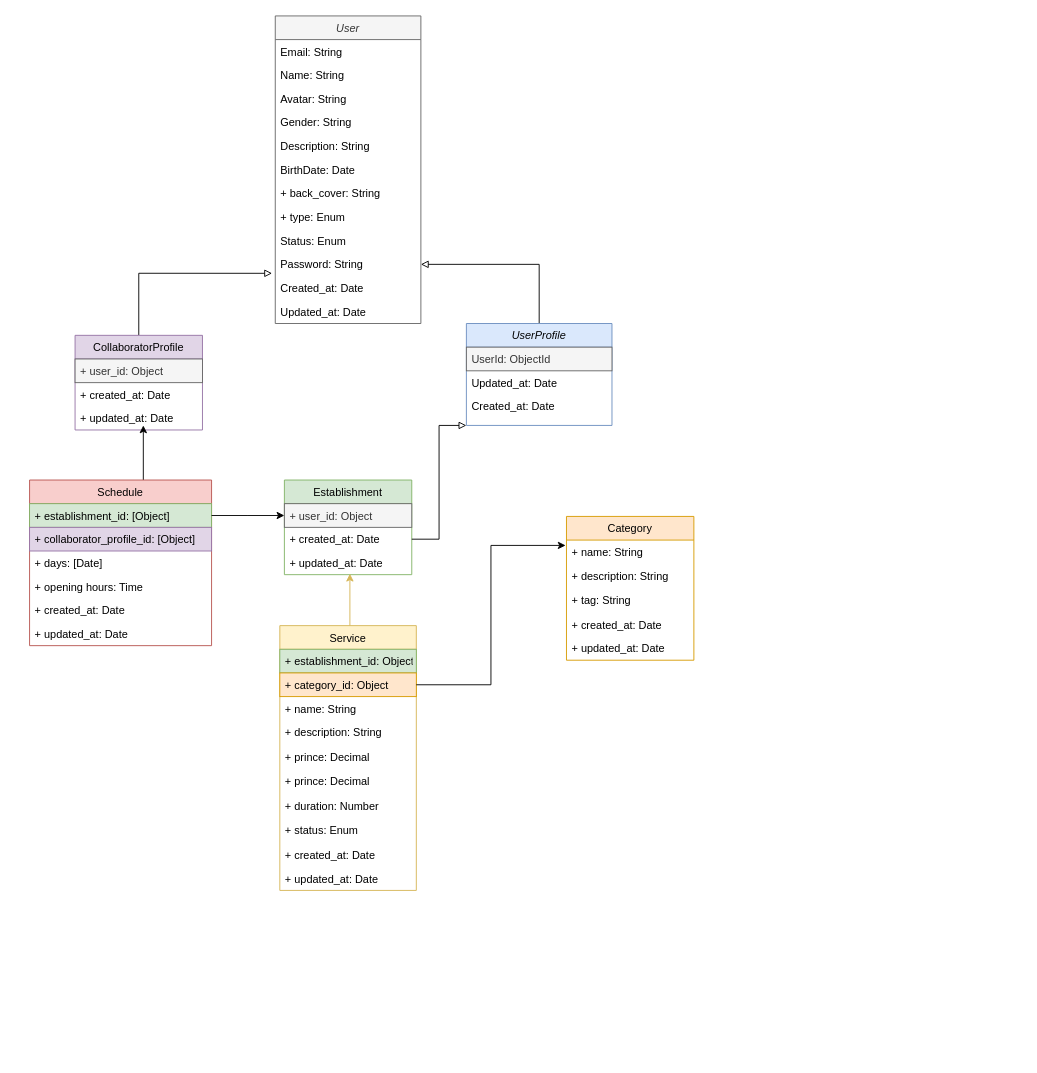
WelderFernandes/combinedBackEnd keeps this draw.io diagram as Untitled Diagram.drawio. Above is the earlier version. Source tidied: cells renumbered, new cells numbered last; positions are measured from the earlier drawing's top-left corner, leaving out a move shared by most shapes. Both pictures are drawn from the tidied source at 91%, with x=0, y=0 at pixel (15, 15).
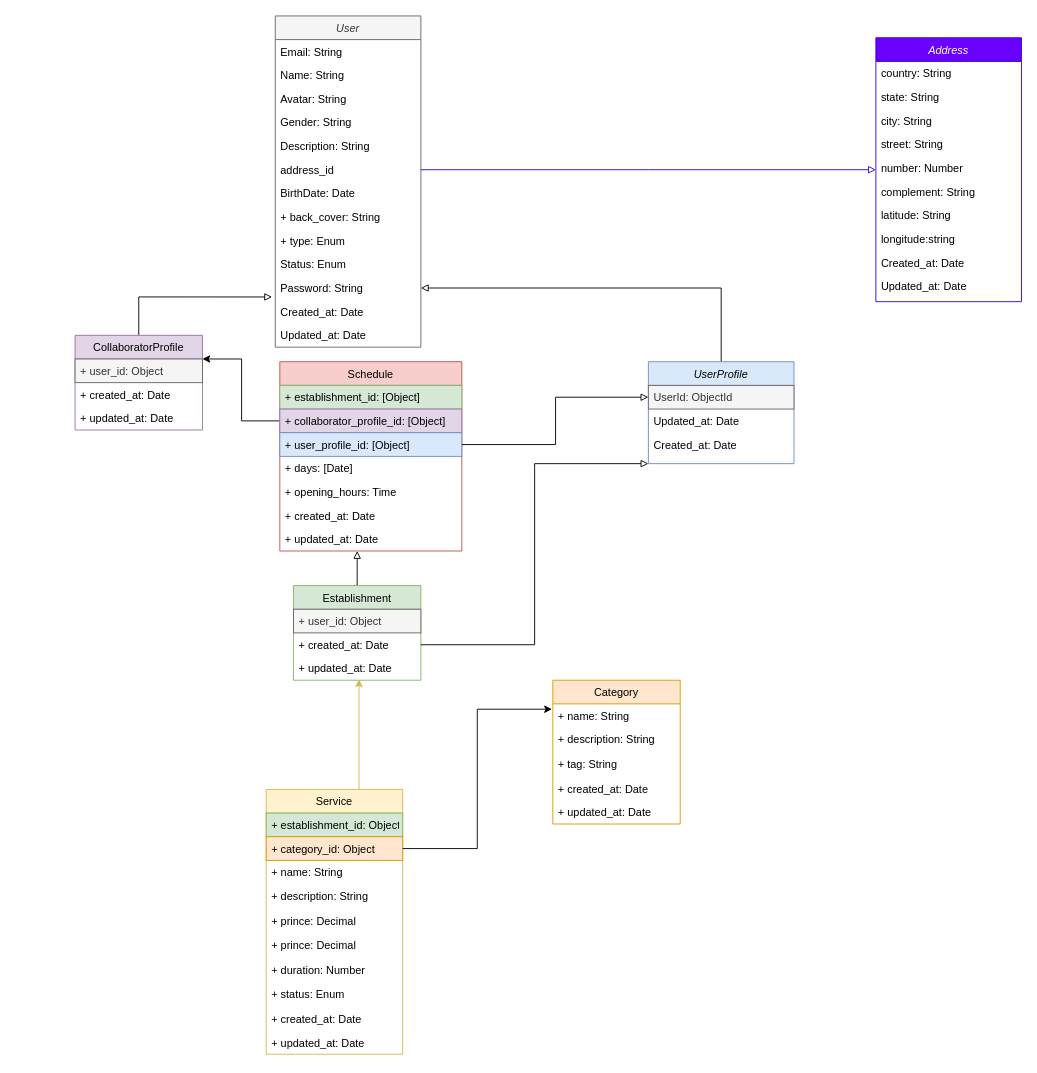
Above is the later version.

Unchanged cells that the change refers to:
```xml
<mxCell id="17" value="UserId: ObjectId" style="text;align=left;verticalAlign=top;spacingLeft=4;spacingRight=4;overflow=hidden;points=[[0,0.5],[1,0.5]];portConstraint=eastwest;rounded=0;shadow=0;html=0;fillColor=#f5f5f5;strokeColor=#666666;fontColor=#333333;" parent="16" vertex="1">
  <mxGeometry y="26" width="160" height="26" as="geometry" />
</mxCell>
<mxCell id="21" value="CollaboratorProfile" style="swimlane;fontStyle=0;horizontal=1;startSize=26;fillColor=#e1d5e7;strokeColor=#9673a6;" parent="1" vertex="1">
  <mxGeometry x="65" y="351" width="140" height="104" as="geometry" />
</mxCell>
<mxCell id="24" value="+ updated_at: Date" style="text;strokeColor=none;fillColor=none;align=left;verticalAlign=top;spacingLeft=4;spacingRight=4;overflow=hidden;points=[[0,0.5],[1,0.5]];portConstraint=eastwest;" parent="21" vertex="1">
  <mxGeometry y="78" width="140" height="26" as="geometry" />
</mxCell>
<mxCell id="26" value="+ user_id: Object" style="text;strokeColor=#666666;fillColor=#f5f5f5;align=left;verticalAlign=top;spacingLeft=4;spacingRight=4;overflow=hidden;points=[[0,0.5],[1,0.5]];portConstraint=eastwest;fontColor=#333333;" parent="25" vertex="1">
  <mxGeometry y="26" width="140" height="26" as="geometry" />
</mxCell>
<mxCell id="51" value="+ establishment_id: [Object]" style="text;strokeColor=#82b366;fillColor=#d5e8d4;align=left;verticalAlign=top;spacingLeft=4;spacingRight=4;overflow=hidden;points=[[0,0.5],[1,0.5]];portConstraint=eastwest;" parent="50" vertex="1">
  <mxGeometry y="26" width="200" height="26" as="geometry" />
</mxCell>
<mxCell id="52" value="+ collaborator_profile_id: [Object]" style="text;strokeColor=#9673a6;fillColor=#e1d5e7;align=left;verticalAlign=top;spacingLeft=4;spacingRight=4;overflow=hidden;points=[[0,0.5],[1,0.5]];portConstraint=eastwest;" parent="50" vertex="1">
  <mxGeometry y="52" width="200" height="26" as="geometry" />
</mxCell>
```

The edit, as a diff of the source:
```diff
@@
     <mxCell id="2" value="User" style="swimlane;fontStyle=2;align=center;verticalAlign=top;horizontal=1;startSize=26;rounded=0;shadow=0;strokeWidth=1;fillColor=#f5f5f5;strokeColor=#666666;fontColor=#333333;" parent="1" vertex="1">
-      <mxGeometry x="285" width="160" height="338" as="geometry" />
+      <mxGeometry x="285" width="160" height="364" as="geometry" />
     </mxCell>
@@
+    <mxCell id="59" value="address_id" style="text;align=left;verticalAlign=top;spacingLeft=4;spacingRight=4;overflow=hidden;points=[[0,0.5],[1,0.5]];portConstraint=eastwest;" parent="2" vertex="1">
+      <mxGeometry y="156" width="160" height="26" as="geometry" />
+    </mxCell>
     <mxCell id="8" value="BirthDate: Date" style="text;align=left;verticalAlign=top;spacingLeft=4;spacingRight=4;overflow=hidden;rounded=0;shadow=0;html=0;" parent="2" vertex="1">
-      <mxGeometry y="156" width="160" height="26" as="geometry" />
+      <mxGeometry y="182" width="160" height="26" as="geometry" />
     </mxCell>
     <mxCell id="9" value="+ back_cover: String" style="text;strokeColor=none;fillColor=none;align=left;verticalAlign=top;spacingLeft=4;spacingRight=4;overflow=hidden;" parent="2" vertex="1">
-      <mxGeometry y="182" width="160" height="26" as="geometry" />
+      <mxGeometry y="208" width="160" height="26" as="geometry" />
     </mxCell>
     <mxCell id="10" value="+ type: Enum" style="text;strokeColor=none;fillColor=none;align=left;verticalAlign=top;spacingLeft=4;spacingRight=4;overflow=hidden;" parent="2" vertex="1">
-      <mxGeometry y="208" width="160" height="26" as="geometry" />
+      <mxGeometry y="234" width="160" height="26" as="geometry" />
     </mxCell>
     <mxCell id="11" value="Status: Enum" style="text;align=left;verticalAlign=top;spacingLeft=4;spacingRight=4;overflow=hidden;rounded=0;shadow=0;html=0;" parent="2" vertex="1">
-      <mxGeometry y="234" width="160" height="26" as="geometry" />
+      <mxGeometry y="260" width="160" height="26" as="geometry" />
     </mxCell>
     <mxCell id="12" value="Password: String" style="text;align=left;verticalAlign=top;spacingLeft=4;spacingRight=4;overflow=hidden;points=[[0,0.5],[1,0.5]];portConstraint=eastwest;rounded=0;shadow=0;html=0;" parent="2" vertex="1">
-      <mxGeometry y="260" width="160" height="26" as="geometry" />
+      <mxGeometry y="286" width="160" height="26" as="geometry" />
     </mxCell>
     <mxCell id="13" value="Created_at: Date" style="text;align=left;verticalAlign=top;spacingLeft=4;spacingRight=4;overflow=hidden;rounded=0;shadow=0;html=0;" parent="2" vertex="1">
-      <mxGeometry y="286" width="160" height="26" as="geometry" />
+      <mxGeometry y="312" width="160" height="26" as="geometry" />
     </mxCell>
     <mxCell id="14" value="Updated_at: Date" style="text;align=left;verticalAlign=top;spacingLeft=4;spacingRight=4;overflow=hidden;rounded=0;shadow=0;html=0;" parent="2" vertex="1">
-      <mxGeometry y="312" width="160" height="26" as="geometry" />
+      <mxGeometry y="338" width="160" height="26" as="geometry" />
     </mxCell>
@@
     <mxCell id="16" value="UserProfile" style="swimlane;fontStyle=2;align=center;verticalAlign=top;horizontal=1;startSize=26;rounded=0;shadow=0;strokeWidth=1;fillColor=#dae8fc;strokeColor=#6c8ebf;" parent="1" vertex="1">
-      <mxGeometry x="495" y="338" width="160" height="112" as="geometry" />
+      <mxGeometry x="695" y="380" width="160" height="112" as="geometry" />
     </mxCell>
@@
+    <mxCell id="60" style="edgeStyle=elbowEdgeStyle;rounded=0;jettySize=auto;html=1;startArrow=none;startFill=0;endArrow=block;endFill=0;" parent="1" edge="1" source="25" target="56">
+      <mxGeometry relative="1" as="geometry" />
+    </mxCell>
     <mxCell id="25" value="Establishment" style="swimlane;fontStyle=0;horizontal=1;startSize=26;fillColor=#d5e8d4;strokeColor=#82b366;" parent="1" vertex="1">
-      <mxGeometry x="295" y="510" width="140" height="104" as="geometry" />
+      <mxGeometry x="305" y="626" width="140" height="104" as="geometry" />
     </mxCell>
@@
     <mxCell id="29" value="Category" style="swimlane;fontStyle=0;horizontal=1;startSize=26;fillColor=#ffe6cc;strokeColor=#d79b00;" parent="1" vertex="1">
-      <mxGeometry x="605" y="550" width="140" height="158" as="geometry" />
+      <mxGeometry x="590" y="730" width="140" height="158" as="geometry" />
     </mxCell>
@@
     <mxCell id="36" value="Service" style="swimlane;fontStyle=0;horizontal=1;startSize=26;fillColor=#fff2cc;strokeColor=#d6b656;" parent="1" vertex="1">
-      <mxGeometry x="290" y="670" width="150" height="291" as="geometry" />
+      <mxGeometry x="275" y="850" width="150" height="291" as="geometry" />
     </mxCell>
@@
-    <mxCell id="49" style="edgeStyle=elbowEdgeStyle;rounded=0;jettySize=auto;html=1;entryX=0.536;entryY=0.808;entryDx=0;entryDy=0;entryPerimeter=0;startArrow=none;startFill=0;endArrow=classic;endFill=1;" parent="1" edge="1" source="50" target="24">
+    <mxCell id="49" style="edgeStyle=elbowEdgeStyle;rounded=0;jettySize=auto;html=1;entryX=1;entryY=0.25;entryDx=0;entryDy=0;startArrow=none;startFill=0;endArrow=classic;endFill=1;exitX=0;exitY=0.5;exitDx=0;exitDy=0;" parent="1" edge="1" source="52" target="21">
       <mxGeometry relative="1" as="geometry" />
     </mxCell>
     <mxCell id="50" value="Schedule" style="swimlane;fontStyle=0;horizontal=1;startSize=26;fillColor=#f8cecc;strokeColor=#b85450;" parent="1" vertex="1">
-      <mxGeometry x="15" y="510" width="200" height="182" as="geometry" />
+      <mxGeometry x="290" y="380" width="200" height="208" as="geometry" />
     </mxCell>
@@
+    <mxCell id="61" value="+ user_profile_id: [Object]" style="text;strokeColor=#6c8ebf;fillColor=#dae8fc;align=left;verticalAlign=top;spacingLeft=4;spacingRight=4;overflow=hidden;points=[[0,0.5],[1,0.5]];portConstraint=eastwest;" parent="50" vertex="1">
+      <mxGeometry y="78" width="200" height="26" as="geometry" />
+    </mxCell>
     <mxCell id="53" value="+ days: [Date]" style="text;strokeColor=none;fillColor=none;align=left;verticalAlign=top;spacingLeft=4;spacingRight=4;overflow=hidden;" parent="50" vertex="1">
-      <mxGeometry y="78" width="200" height="26" as="geometry" />
+      <mxGeometry y="104" width="200" height="26" as="geometry" />
     </mxCell>
-    <mxCell id="54" value="+ opening hours: Time" style="text;strokeColor=none;fillColor=none;align=left;verticalAlign=top;spacingLeft=4;spacingRight=4;overflow=hidden;" parent="50" vertex="1">
-      <mxGeometry y="104" width="200" height="26" as="geometry" />
+    <mxCell id="54" value="+ opening_hours: Time" style="text;strokeColor=none;fillColor=none;align=left;verticalAlign=top;spacingLeft=4;spacingRight=4;overflow=hidden;" parent="50" vertex="1">
+      <mxGeometry y="130" width="200" height="26" as="geometry" />
     </mxCell>
     <mxCell id="55" value="+ created_at: Date" style="text;strokeColor=none;fillColor=none;align=left;verticalAlign=top;spacingLeft=4;spacingRight=4;overflow=hidden;" parent="50" vertex="1">
-      <mxGeometry y="130" width="200" height="26" as="geometry" />
+      <mxGeometry y="156" width="200" height="26" as="geometry" />
     </mxCell>
     <mxCell id="56" value="+ updated_at: Date" style="text;strokeColor=none;fillColor=none;align=left;verticalAlign=top;spacingLeft=4;spacingRight=4;overflow=hidden;points=[[0,0.5],[1,0.5]];portConstraint=eastwest;" parent="50" vertex="1">
-      <mxGeometry y="156" width="200" height="26" as="geometry" />
+      <mxGeometry y="182" width="200" height="26" as="geometry" />
     </mxCell>
-    <mxCell id="57" style="edgeStyle=elbowEdgeStyle;rounded=0;jettySize=auto;html=1;startArrow=none;startFill=0;endArrow=classic;endFill=1;" parent="1" edge="1" source="51" target="26">
-      <mxGeometry relative="1" as="geometry" />
-    </mxCell>
@@
+    <mxCell id="62" style="edgeStyle=elbowEdgeStyle;rounded=0;jettySize=auto;html=1;entryX=0;entryY=0.5;entryDx=0;entryDy=0;startArrow=none;startFill=0;endArrow=block;endFill=0;" parent="1" edge="1" source="61" target="17">
+      <mxGeometry relative="1" as="geometry" />
+    </mxCell>
+    <mxCell id="63" value="Address" style="swimlane;fontStyle=2;align=center;verticalAlign=top;horizontal=1;startSize=26;rounded=0;shadow=0;strokeWidth=1;fillColor=#6a00ff;strokeColor=#3700CC;fontColor=#ffffff;" parent="1" vertex="1">
+      <mxGeometry x="945" y="24" width="160" height="290" as="geometry" />
+    </mxCell>
+    <mxCell id="64" value="country: String" style="text;align=left;verticalAlign=top;spacingLeft=4;spacingRight=4;overflow=hidden;" parent="63" vertex="1">
+      <mxGeometry y="26" width="160" height="26" as="geometry" />
+    </mxCell>
+    <mxCell id="65" value="state: String" style="text;align=left;verticalAlign=top;spacingLeft=4;spacingRight=4;overflow=hidden;" parent="63" vertex="1">
+      <mxGeometry y="52" width="160" height="26" as="geometry" />
+    </mxCell>
+    <mxCell id="66" value="city: String" style="text;align=left;verticalAlign=top;spacingLeft=4;spacingRight=4;overflow=hidden;rounded=0;shadow=0;html=0;" parent="63" vertex="1">
+      <mxGeometry y="78" width="160" height="26" as="geometry" />
+    </mxCell>
+    <mxCell id="67" value="street: String" style="text;align=left;verticalAlign=top;spacingLeft=4;spacingRight=4;overflow=hidden;rounded=0;shadow=0;html=0;" parent="63" vertex="1">
+      <mxGeometry y="104" width="160" height="26" as="geometry" />
+    </mxCell>
+    <mxCell id="68" value="number: Number" style="text;align=left;verticalAlign=top;spacingLeft=4;spacingRight=4;overflow=hidden;rounded=0;shadow=0;html=0;" parent="63" vertex="1">
+      <mxGeometry y="130" width="160" height="26" as="geometry" />
+    </mxCell>
+    <mxCell id="69" value="complement: String" style="text;align=left;verticalAlign=top;spacingLeft=4;spacingRight=4;overflow=hidden;rounded=0;shadow=0;html=0;" parent="63" vertex="1">
+      <mxGeometry y="156" width="160" height="26" as="geometry" />
+    </mxCell>
+    <mxCell id="70" value="latitude: String" style="text;strokeColor=none;fillColor=none;align=left;verticalAlign=top;spacingLeft=4;spacingRight=4;overflow=hidden;" parent="63" vertex="1">
+      <mxGeometry y="182" width="160" height="26" as="geometry" />
+    </mxCell>
+    <mxCell id="71" value="longitude:string" style="text;strokeColor=none;fillColor=none;align=left;verticalAlign=top;spacingLeft=4;spacingRight=4;overflow=hidden;" parent="63" vertex="1">
+      <mxGeometry y="208" width="160" height="26" as="geometry" />
+    </mxCell>
+    <mxCell id="72" value="Created_at: Date" style="text;align=left;verticalAlign=top;spacingLeft=4;spacingRight=4;overflow=hidden;rounded=0;shadow=0;html=0;" parent="63" vertex="1">
+      <mxGeometry y="234" width="160" height="26" as="geometry" />
+    </mxCell>
+    <mxCell id="73" value="Updated_at: Date" style="text;align=left;verticalAlign=top;spacingLeft=4;spacingRight=4;overflow=hidden;rounded=0;shadow=0;html=0;" parent="63" vertex="1">
+      <mxGeometry y="260" width="160" height="26" as="geometry" />
+    </mxCell>
+    <mxCell id="74" style="edgeStyle=elbowEdgeStyle;rounded=0;jettySize=auto;html=1;startArrow=none;startFill=0;endArrow=block;endFill=0;fillColor=#6a00ff;strokeColor=#3700CC;" parent="1" edge="1" source="59" target="63">
+      <mxGeometry relative="1" as="geometry" />
+    </mxCell>
```
